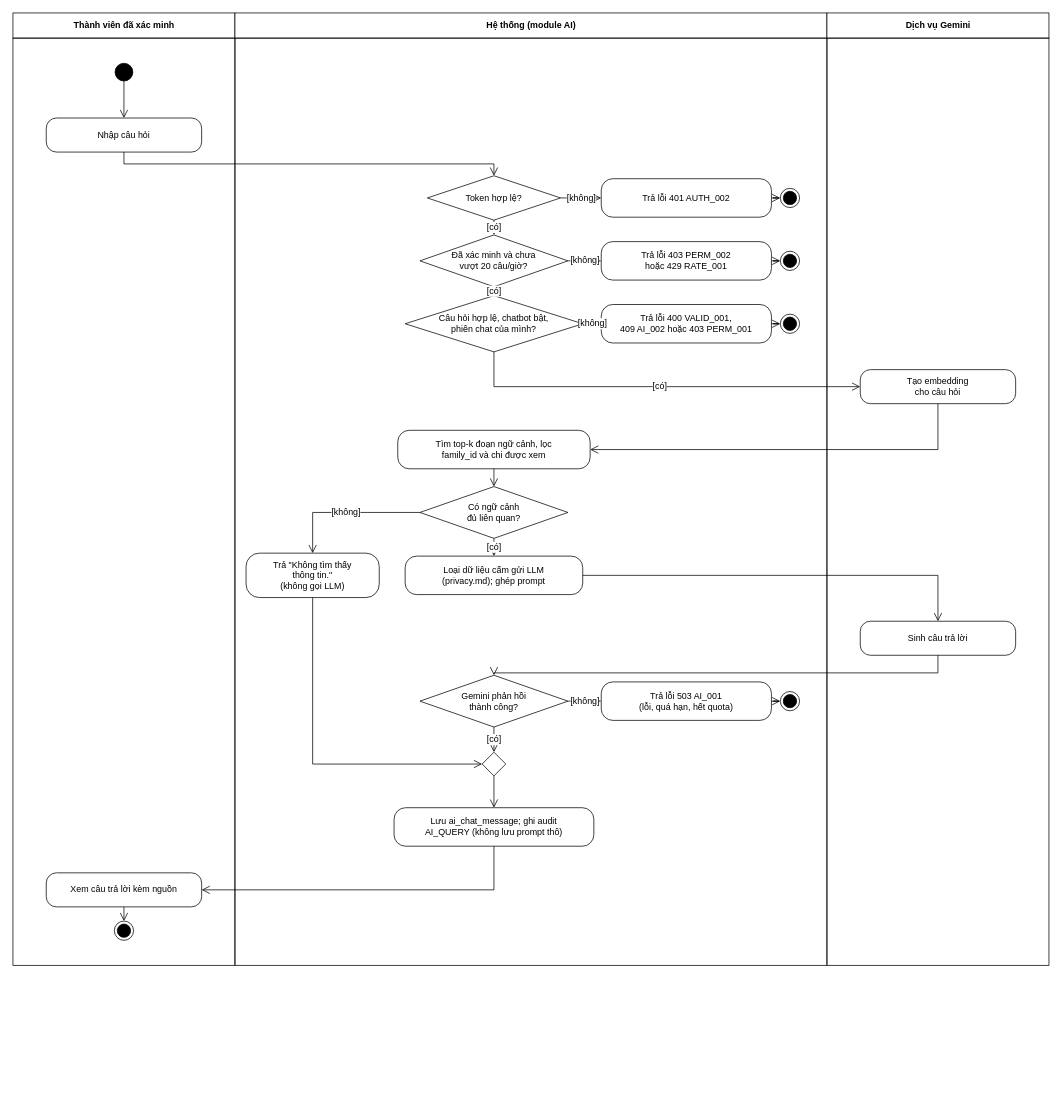
ngthanhtuann/ai-powered-digital-family-community-platform keeps this draw.io diagram as docs/images/business-process-4.drawio. Above is the earlier version. Source tidied: cells renumbered, new cells numbered last; positions are measured from the earlier drawing's top-left corner, leaving out a move shared by most shapes. Both pictures are drawn from the tidied source at 74%, with x=0, y=0 at pixel (13, 13).
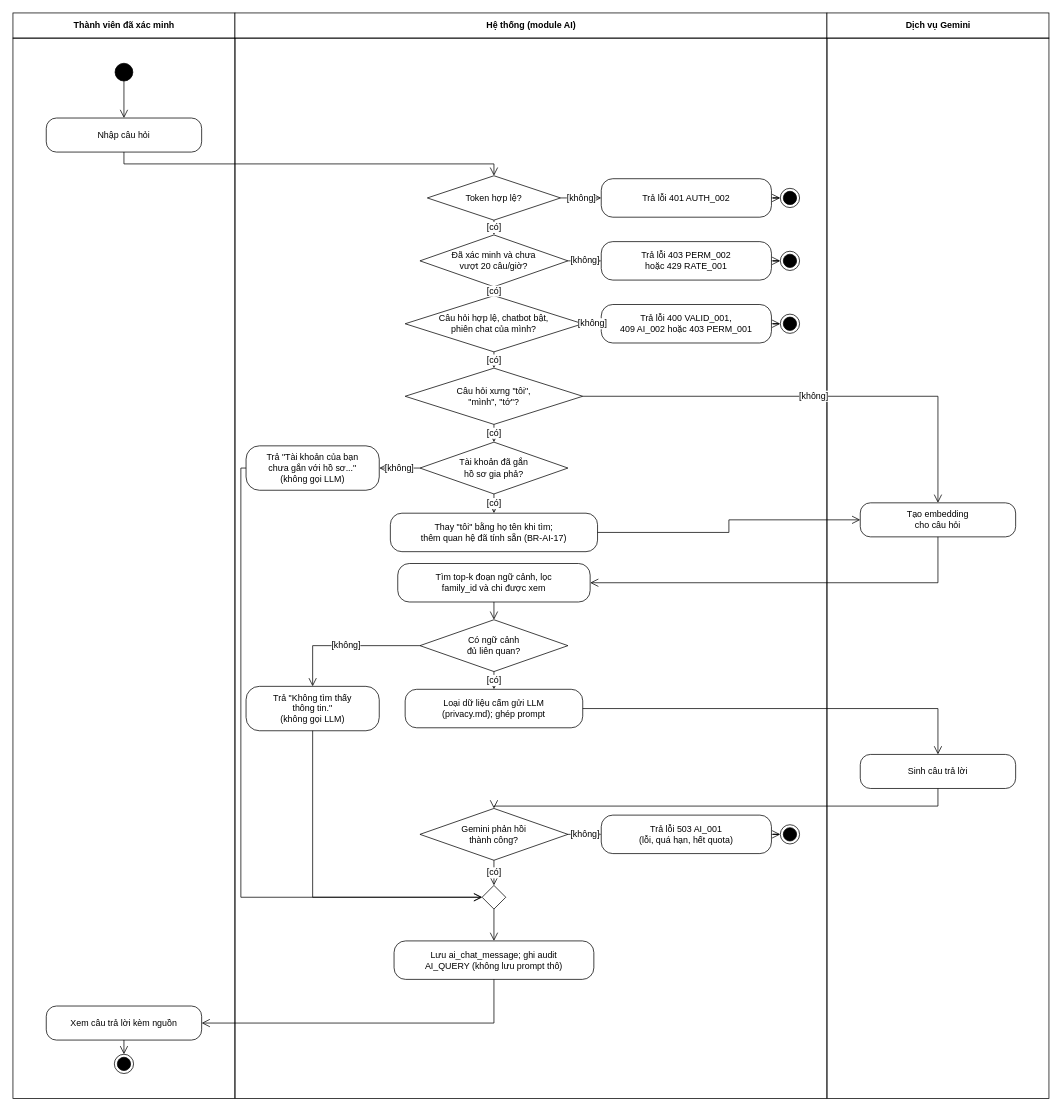
Above is the later version.

Unchanged cells that the change refers to:
```xml
<mxCell id="12" value="Câu hỏi hợp lệ, chatbot bật,&lt;br&gt;phiên chat của mình?" style="rhombus;whiteSpace=wrap;html=1;fillColor=#FFFFFF;strokeColor=#000000;fontFamily=Arial;fontSize=12;fontColor=#000000;" parent="1" vertex="1">
  <mxGeometry x="530" y="382" width="240" height="76" as="geometry" />
</mxCell>
```

Change to the diagram source:
```diff
@@
     <mxCell id="3" style="rounded=0;html=1;fillColor=none;strokeColor=#000000;" parent="1" vertex="1">
-      <mxGeometry y="34" width="300" height="1253" as="geometry" />
+      <mxGeometry y="34" width="300" height="1433" as="geometry" />
     </mxCell>
@@
     <mxCell id="5" style="rounded=0;html=1;fillColor=none;strokeColor=#000000;" parent="1" vertex="1">
-      <mxGeometry x="300" y="34" width="800" height="1253" as="geometry" />
+      <mxGeometry x="300" y="34" width="800" height="1433" as="geometry" />
     </mxCell>
@@
     <mxCell id="7" style="rounded=0;html=1;fillColor=none;strokeColor=#000000;" parent="1" vertex="1">
-      <mxGeometry x="1100" y="34" width="300" height="1253" as="geometry" />
+      <mxGeometry x="1100" y="34" width="300" height="1433" as="geometry" />
     </mxCell>
@@
     <mxCell id="13" value="Tạo embedding&lt;br&gt;cho câu hỏi" style="rounded=1;arcSize=30;whiteSpace=wrap;html=1;fillColor=#FFFFFF;strokeColor=#000000;fontFamily=Arial;fontSize=12;fontColor=#000000;" parent="1" vertex="1">
-      <mxGeometry x="1145" y="482" width="210" height="46" as="geometry" />
+      <mxGeometry x="1145" y="662" width="210" height="46" as="geometry" />
     </mxCell>
     <mxCell id="14" value="Tìm top-k đoạn ngữ cảnh, lọc&lt;br&gt;family_id và chi được xem" style="rounded=1;arcSize=30;whiteSpace=wrap;html=1;fillColor=#FFFFFF;strokeColor=#000000;fontFamily=Arial;fontSize=12;fontColor=#000000;" parent="1" vertex="1">
-      <mxGeometry x="520" y="564" width="260" height="52" as="geometry" />
+      <mxGeometry x="520" y="744" width="260" height="52" as="geometry" />
     </mxCell>
     <mxCell id="15" value="Có ngữ cảnh&lt;br&gt;đủ liên quan?" style="rhombus;whiteSpace=wrap;html=1;fillColor=#FFFFFF;strokeColor=#000000;fontFamily=Arial;fontSize=12;fontColor=#000000;" parent="1" vertex="1">
-      <mxGeometry x="550" y="640" width="200" height="70" as="geometry" />
+      <mxGeometry x="550" y="820" width="200" height="70" as="geometry" />
     </mxCell>
     <mxCell id="16" value="Trả &quot;Không tìm thấy&lt;br&gt;thông tin.&quot;&lt;br&gt;(không gọi LLM)" style="rounded=1;arcSize=30;whiteSpace=wrap;html=1;fillColor=#FFFFFF;strokeColor=#000000;fontFamily=Arial;fontSize=12;fontColor=#000000;" parent="1" vertex="1">
-      <mxGeometry x="315" y="730" width="180" height="60" as="geometry" />
+      <mxGeometry x="315" y="910" width="180" height="60" as="geometry" />
     </mxCell>
     <mxCell id="17" value="Loại dữ liệu cấm gửi LLM&lt;br&gt;(privacy.md); ghép prompt" style="rounded=1;arcSize=30;whiteSpace=wrap;html=1;fillColor=#FFFFFF;strokeColor=#000000;fontFamily=Arial;fontSize=12;fontColor=#000000;" parent="1" vertex="1">
-      <mxGeometry x="530" y="734" width="240" height="52" as="geometry" />
+      <mxGeometry x="530" y="914" width="240" height="52" as="geometry" />
     </mxCell>
     <mxCell id="18" value="Sinh câu trả lời" style="rounded=1;arcSize=30;whiteSpace=wrap;html=1;fillColor=#FFFFFF;strokeColor=#000000;fontFamily=Arial;fontSize=12;fontColor=#000000;" parent="1" vertex="1">
-      <mxGeometry x="1145" y="822" width="210" height="46" as="geometry" />
+      <mxGeometry x="1145" y="1002" width="210" height="46" as="geometry" />
     </mxCell>
     <mxCell id="19" value="Gemini phản hồi&lt;br&gt;thành công?" style="rhombus;whiteSpace=wrap;html=1;fillColor=#FFFFFF;strokeColor=#000000;fontFamily=Arial;fontSize=12;fontColor=#000000;" parent="1" vertex="1">
-      <mxGeometry x="550" y="895" width="200" height="70" as="geometry" />
+      <mxGeometry x="550" y="1075" width="200" height="70" as="geometry" />
     </mxCell>
     <mxCell id="20" style="rhombus;html=1;fillColor=#FFFFFF;strokeColor=#000000;" parent="1" vertex="1">
-      <mxGeometry x="634" y="999" width="32" height="32" as="geometry" />
+      <mxGeometry x="634" y="1179" width="32" height="32" as="geometry" />
     </mxCell>
     <mxCell id="21" value="Lưu ai_chat_message; ghi audit&lt;br&gt;AI_QUERY (không lưu prompt thô)" style="rounded=1;arcSize=30;whiteSpace=wrap;html=1;fillColor=#FFFFFF;strokeColor=#000000;fontFamily=Arial;fontSize=12;fontColor=#000000;" parent="1" vertex="1">
-      <mxGeometry x="515" y="1074" width="270" height="52" as="geometry" />
+      <mxGeometry x="515" y="1254" width="270" height="52" as="geometry" />
     </mxCell>
     <mxCell id="22" value="Xem câu trả lời kèm nguồn" style="rounded=1;arcSize=30;whiteSpace=wrap;html=1;fillColor=#FFFFFF;strokeColor=#000000;fontFamily=Arial;fontSize=12;fontColor=#000000;" parent="1" vertex="1">
-      <mxGeometry x="45" y="1162" width="210" height="46" as="geometry" />
+      <mxGeometry x="45" y="1342" width="210" height="46" as="geometry" />
     </mxCell>
@@
-    <mxCell id="39" value="[có]" style="edgeStyle=orthogonalEdgeStyle;rounded=0;html=1;endArrow=open;endSize=9;strokeColor=#000000;fontFamily=Arial;fontSize=12;fontColor=#000000;exitX=0.5;exitY=1;exitDx=0;exitDy=0;entryX=0;entryY=0.5;entryDx=0;entryDy=0;labelBackgroundColor=#FFFFFF;" parent="1" edge="1" source="12" target="13">
-      <mxGeometry relative="1" as="geometry">
-        <Array as="points">
-          <mxPoint x="650" y="505" />
-        </Array>
-      </mxGeometry>
-    </mxCell>
     <mxCell id="40" style="edgeStyle=orthogonalEdgeStyle;rounded=0;html=1;endArrow=open;endSize=9;strokeColor=#000000;fontFamily=Arial;fontSize=12;fontColor=#000000;exitX=0.5;exitY=1;exitDx=0;exitDy=0;entryX=1;entryY=0.5;entryDx=0;entryDy=0;labelBackgroundColor=#FFFFFF;" parent="1" edge="1" source="13" target="14">
       <mxGeometry relative="1" as="geometry">
         <Array as="points">
-          <mxPoint x="1250" y="590" />
+          <mxPoint x="1250" y="770" />
         </Array>
       </mxGeometry>
     </mxCell>
@@
     <mxCell id="42" value="[không]" style="edgeStyle=orthogonalEdgeStyle;rounded=0;html=1;endArrow=open;endSize=9;strokeColor=#000000;fontFamily=Arial;fontSize=12;fontColor=#000000;exitX=0;exitY=0.5;exitDx=0;exitDy=0;entryX=0.5;entryY=0;entryDx=0;entryDy=0;labelBackgroundColor=#FFFFFF;" parent="1" edge="1" source="15" target="16">
       <mxGeometry relative="1" as="geometry">
         <Array as="points">
-          <mxPoint x="405" y="675" />
+          <mxPoint x="405" y="855" />
         </Array>
       </mxGeometry>
     </mxCell>
@@
     <mxCell id="44" style="edgeStyle=orthogonalEdgeStyle;rounded=0;html=1;endArrow=open;endSize=9;strokeColor=#000000;fontFamily=Arial;fontSize=12;fontColor=#000000;exitX=1;exitY=0.5;exitDx=0;exitDy=0;entryX=0.5;entryY=0;entryDx=0;entryDy=0;labelBackgroundColor=#FFFFFF;" parent="1" edge="1" source="17" target="18">
       <mxGeometry relative="1" as="geometry">
         <Array as="points">
-          <mxPoint x="1250" y="760" />
+          <mxPoint x="1250" y="940" />
         </Array>
       </mxGeometry>
     </mxCell>
     <mxCell id="45" style="edgeStyle=orthogonalEdgeStyle;rounded=0;html=1;endArrow=open;endSize=9;strokeColor=#000000;fontFamily=Arial;fontSize=12;fontColor=#000000;exitX=0.5;exitY=1;exitDx=0;exitDy=0;entryX=0.5;entryY=0;entryDx=0;entryDy=0;labelBackgroundColor=#FFFFFF;" parent="1" edge="1" source="18" target="19">
       <mxGeometry relative="1" as="geometry">
         <Array as="points">
-          <mxPoint x="1250" y="891.8" />
-          <mxPoint x="650" y="891.8" />
+          <mxPoint x="1250" y="1071.8" />
+          <mxPoint x="650" y="1071.8" />
         </Array>
       </mxGeometry>
     </mxCell>
     <mxCell id="46" value="Trả lỗi 503 AI_001&lt;br&gt;(lỗi, quá hạn, hết quota)" style="rounded=1;arcSize=30;whiteSpace=wrap;html=1;fillColor=#FFFFFF;strokeColor=#000000;fontFamily=Arial;fontSize=12;fontColor=#000000;" parent="1" vertex="1">
-      <mxGeometry x="795" y="904" width="230" height="52" as="geometry" />
+      <mxGeometry x="795" y="1084" width="230" height="52" as="geometry" />
     </mxCell>
@@
     <mxCell id="48" style="ellipse;html=1;shape=endState;fillColor=#000000;strokeColor=#000000;" parent="1" vertex="1">
-      <mxGeometry x="1037" y="917" width="26" height="26" as="geometry" />
+      <mxGeometry x="1037" y="1097" width="26" height="26" as="geometry" />
     </mxCell>
@@
     <mxCell id="51" style="edgeStyle=orthogonalEdgeStyle;rounded=0;html=1;endArrow=open;endSize=9;strokeColor=#000000;fontFamily=Arial;fontSize=12;fontColor=#000000;exitX=0.5;exitY=1;exitDx=0;exitDy=0;entryX=0;entryY=0.5;entryDx=0;entryDy=0;labelBackgroundColor=#FFFFFF;" parent="1" edge="1" source="16" target="20">
       <mxGeometry relative="1" as="geometry">
         <Array as="points">
-          <mxPoint x="405" y="1015" />
+          <mxPoint x="405" y="1195" />
         </Array>
       </mxGeometry>
     </mxCell>
@@
     <mxCell id="53" style="edgeStyle=orthogonalEdgeStyle;rounded=0;html=1;endArrow=open;endSize=9;strokeColor=#000000;fontFamily=Arial;fontSize=12;fontColor=#000000;exitX=0.5;exitY=1;exitDx=0;exitDy=0;entryX=1;entryY=0.5;entryDx=0;entryDy=0;labelBackgroundColor=#FFFFFF;" parent="1" edge="1" source="21" target="22">
       <mxGeometry relative="1" as="geometry">
         <Array as="points">
-          <mxPoint x="650" y="1185" />
+          <mxPoint x="650" y="1365" />
         </Array>
       </mxGeometry>
     </mxCell>
     <mxCell id="54" style="ellipse;html=1;shape=endState;fillColor=#000000;strokeColor=#000000;" parent="1" vertex="1">
-      <mxGeometry x="137" y="1227.2" width="26" height="26" as="geometry" />
+      <mxGeometry x="137" y="1407.2" width="26" height="26" as="geometry" />
     </mxCell>
@@
+    <mxCell id="56" value="Câu hỏi xưng &quot;tôi&quot;,&lt;br&gt;&quot;mình&quot;, &quot;tớ&quot;?" style="rhombus;whiteSpace=wrap;html=1;fillColor=#FFFFFF;strokeColor=#000000;fontFamily=Arial;fontSize=12;fontColor=#000000;" parent="1" vertex="1">
+      <mxGeometry x="530" y="480" width="240" height="76" as="geometry" />
+    </mxCell>
+    <mxCell id="57" value="Tài khoản đã gắn&lt;br&gt;hồ sơ gia phả?" style="rhombus;whiteSpace=wrap;html=1;fillColor=#FFFFFF;strokeColor=#000000;fontFamily=Arial;fontSize=12;fontColor=#000000;" parent="1" vertex="1">
+      <mxGeometry x="550" y="580" width="200" height="70" as="geometry" />
+    </mxCell>
+    <mxCell id="58" value="Trả &quot;Tài khoản của bạn&lt;br&gt;chưa gắn với hồ sơ...&quot;&lt;br&gt;(không gọi LLM)" style="rounded=1;arcSize=30;whiteSpace=wrap;html=1;fillColor=#FFFFFF;strokeColor=#000000;fontFamily=Arial;fontSize=12;fontColor=#000000;" parent="1" vertex="1">
+      <mxGeometry x="315" y="585" width="180" height="60" as="geometry" />
+    </mxCell>
+    <mxCell id="59" value="Thay &quot;tôi&quot; bằng họ tên khi tìm;&lt;br&gt;thêm quan hệ đã tính sẵn (BR-AI-17)" style="rounded=1;arcSize=30;whiteSpace=wrap;html=1;fillColor=#FFFFFF;strokeColor=#000000;fontFamily=Arial;fontSize=12;fontColor=#000000;" parent="1" vertex="1">
+      <mxGeometry x="510" y="676" width="280" height="52" as="geometry" />
+    </mxCell>
+    <mxCell id="60" value="[có]" style="edgeStyle=orthogonalEdgeStyle;rounded=0;html=1;endArrow=open;endSize=9;strokeColor=#000000;fontFamily=Arial;fontSize=12;fontColor=#000000;exitDx=0;exitDy=0;entryDx=0;entryDy=0;labelBackgroundColor=#FFFFFF;exitX=0.5;exitY=1;entryX=0.5;entryY=0;" parent="1" edge="1" source="12" target="56">
+      <mxGeometry relative="1" as="geometry" />
+    </mxCell>
+    <mxCell id="61" value="[không]" style="edgeStyle=orthogonalEdgeStyle;rounded=0;html=1;endArrow=open;endSize=9;strokeColor=#000000;fontFamily=Arial;fontSize=12;fontColor=#000000;exitDx=0;exitDy=0;entryDx=0;entryDy=0;labelBackgroundColor=#FFFFFF;exitX=1;exitY=0.5;entryX=0.5;entryY=0;" parent="1" edge="1" source="56" target="13">
+      <mxGeometry relative="1" as="geometry">
+        <Array as="points">
+          <mxPoint x="1250" y="518" />
+        </Array>
+      </mxGeometry>
+    </mxCell>
+    <mxCell id="62" value="[có]" style="edgeStyle=orthogonalEdgeStyle;rounded=0;html=1;endArrow=open;endSize=9;strokeColor=#000000;fontFamily=Arial;fontSize=12;fontColor=#000000;exitDx=0;exitDy=0;entryDx=0;entryDy=0;labelBackgroundColor=#FFFFFF;exitX=0.5;exitY=1;entryX=0.5;entryY=0;" parent="1" edge="1" source="56" target="57">
+      <mxGeometry relative="1" as="geometry" />
+    </mxCell>
+    <mxCell id="63" value="[không]" style="edgeStyle=orthogonalEdgeStyle;rounded=0;html=1;endArrow=open;endSize=9;strokeColor=#000000;fontFamily=Arial;fontSize=12;fontColor=#000000;exitDx=0;exitDy=0;entryDx=0;entryDy=0;labelBackgroundColor=#FFFFFF;exitX=0;exitY=0.5;entryX=1;entryY=0.5;" parent="1" edge="1" source="57" target="58">
+      <mxGeometry relative="1" as="geometry" />
+    </mxCell>
+    <mxCell id="64" style="edgeStyle=orthogonalEdgeStyle;rounded=0;html=1;endArrow=open;endSize=9;strokeColor=#000000;fontFamily=Arial;fontSize=12;fontColor=#000000;exitDx=0;exitDy=0;entryDx=0;entryDy=0;labelBackgroundColor=#FFFFFF;exitX=0;exitY=0.5;entryX=0;entryY=0.5;" parent="1" edge="1" source="58" target="20">
+      <mxGeometry relative="1" as="geometry">
+        <Array as="points">
+          <mxPoint x="308" y="615" />
+          <mxPoint x="308" y="1195" />
+        </Array>
+      </mxGeometry>
+    </mxCell>
+    <mxCell id="65" value="[có]" style="edgeStyle=orthogonalEdgeStyle;rounded=0;html=1;endArrow=open;endSize=9;strokeColor=#000000;fontFamily=Arial;fontSize=12;fontColor=#000000;exitDx=0;exitDy=0;entryDx=0;entryDy=0;labelBackgroundColor=#FFFFFF;exitX=0.5;exitY=1;entryX=0.5;entryY=0;" parent="1" edge="1" source="57" target="59">
+      <mxGeometry relative="1" as="geometry" />
+    </mxCell>
+    <mxCell id="66" style="edgeStyle=orthogonalEdgeStyle;rounded=0;html=1;endArrow=open;endSize=9;strokeColor=#000000;fontFamily=Arial;fontSize=12;fontColor=#000000;exitDx=0;exitDy=0;entryDx=0;entryDy=0;labelBackgroundColor=#FFFFFF;exitX=1;exitY=0.5;entryX=0;entryY=0.5;" parent="1" edge="1" source="59" target="13">
+      <mxGeometry relative="1" as="geometry" />
+    </mxCell>
```
